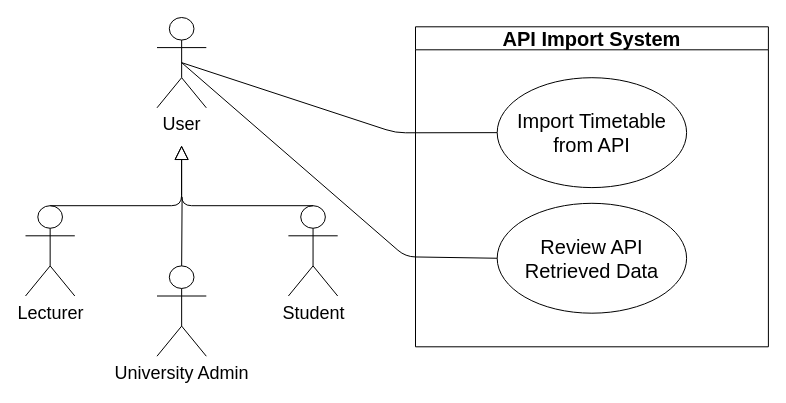
Earlier version of the draw.io diagram page "API_System" (6 of 17) of docs/diagrams/requirements/Requirements.drawio (COS301-SE-2026/UMTAS). Source tidied: cells renumbered, new cells numbered last; positions are measured from the earlier drawing's top-left corner, leaving out a move shared by most shapes. Both pictures are drawn from the tidied source at 100%, with x=0, y=0 at pixel (25, 17).
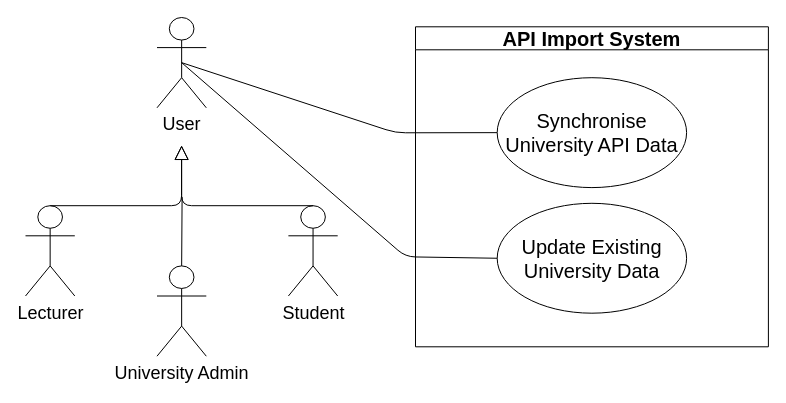
The same page after the edit.

The change refers to these unchanged cells:
```xml
<mxCell id="2" style="group;" parent="1" vertex="1">
  <mxGeometry width="742.9" height="338.7" as="geometry" />
</mxCell>
```

The edit, as a diff of the source:
```diff
@@
-    <mxCell id="12" value="&lt;font style=&quot;font-size: 20px;&quot;&gt;Review API Retrieved Data&lt;/font&gt;" style="ellipse;whiteSpace=wrap;html=1;" parent="2" vertex="1">
+    <mxCell id="12" value="&lt;font style=&quot;font-size: 20px;&quot;&gt;Update Existing University Data&lt;/font&gt;" style="ellipse;whiteSpace=wrap;html=1;" parent="2" vertex="1">
       <mxGeometry x="471.7" y="185.8" width="189.4" height="109.9" as="geometry" />
     </mxCell>
-    <mxCell id="13" value="&lt;font style=&quot;font-size: 20px;&quot;&gt;Import Timetable from API&lt;/font&gt;" style="ellipse;whiteSpace=wrap;html=1;" parent="2" vertex="1">
+    <mxCell id="13" value="&lt;font style=&quot;font-size: 20px;&quot;&gt;Synchronise University API Data&lt;/font&gt;" style="ellipse;whiteSpace=wrap;html=1;" parent="2" vertex="1">
       <mxGeometry x="471.7" y="60.2" width="189.4" height="109.9" as="geometry" />
     </mxCell>
```
